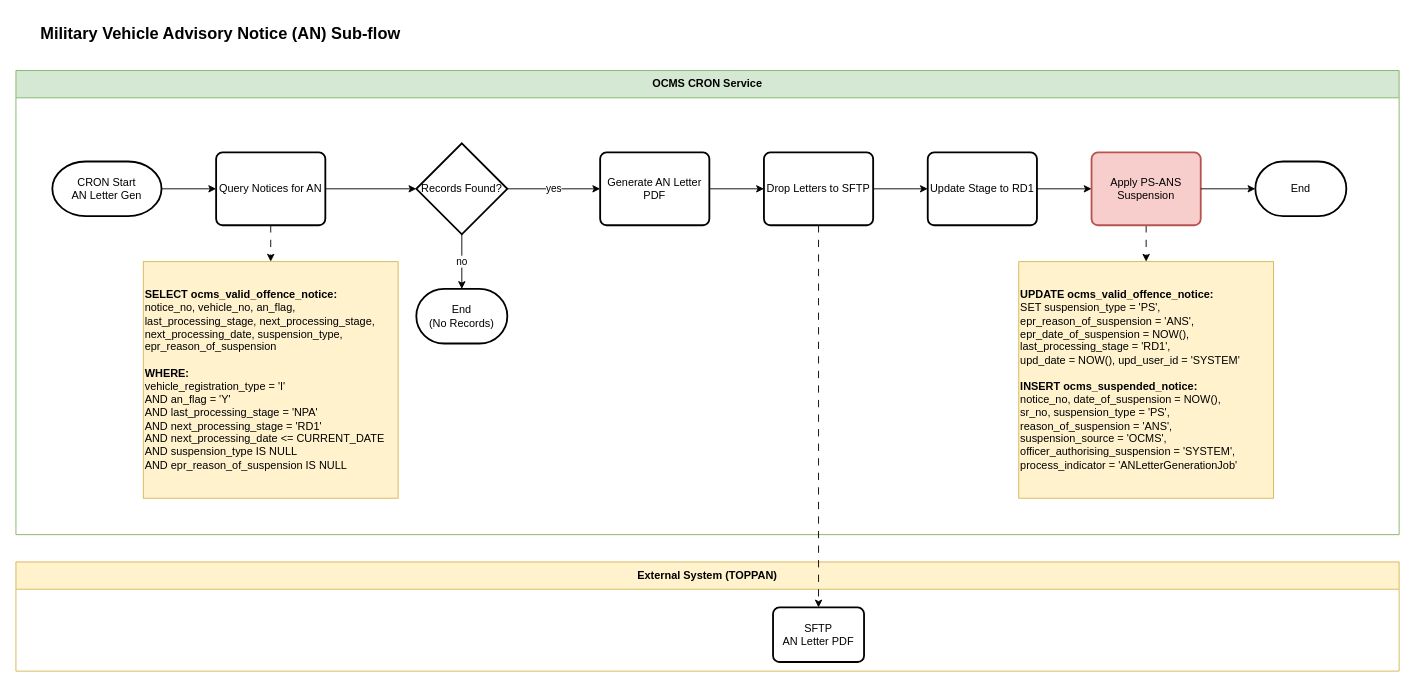
Before: page "4.4 AN Sub-flow" (3 of 5) of OCMS 14/Section 4/OCMS14-Technical_Flowchart_Section_4.drawio in rafifmgg/techdoc, a draw.io diagram. Source tidied: cells renumbered, new cells numbered last; positions are measured from the earlier drawing's top-left corner, leaving out a move shared by most shapes. Both pictures are drawn from the tidied source at 91%, with x=0, y=0 at pixel (15, 15).
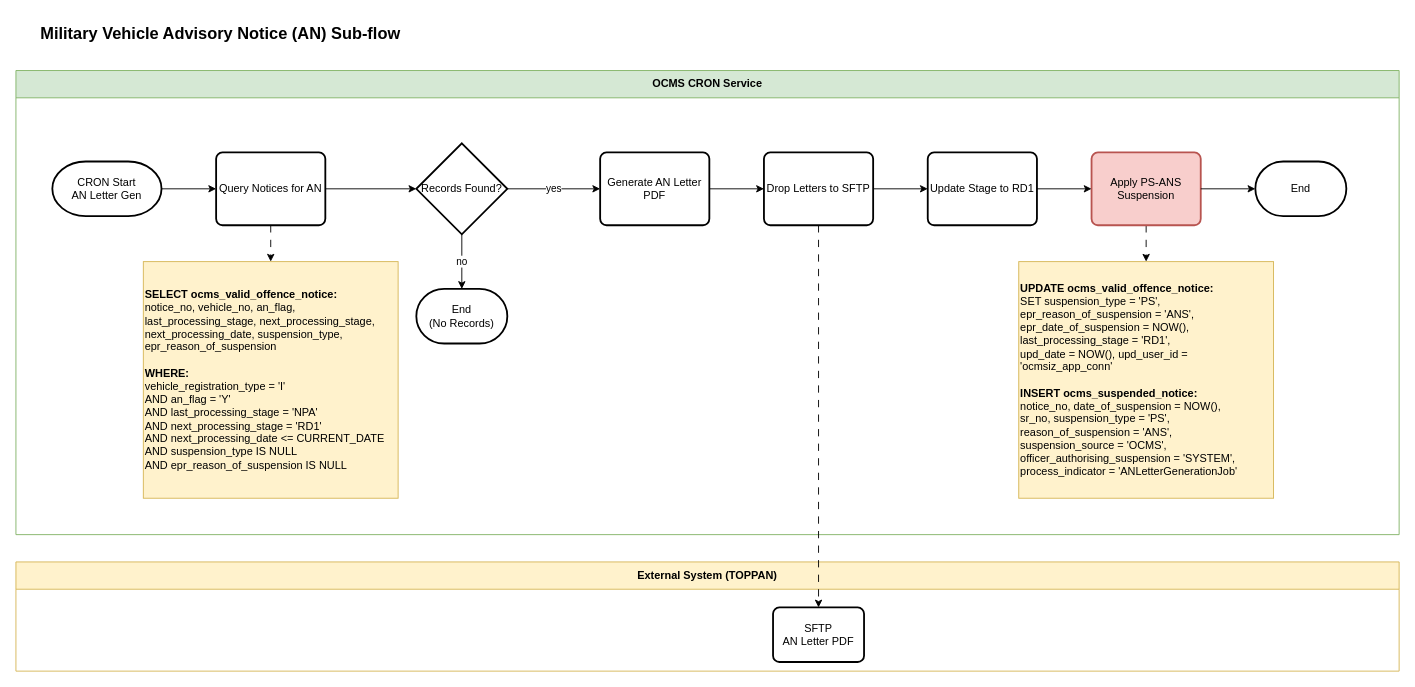
The same diagram, later.

The change refers to these unchanged cells:
```xml
<mxCell id="3" value="OCMS CRON Service" style="swimlane;whiteSpace=wrap;html=1;fillColor=#d5e8d4;strokeColor=#82b366;startSize=30;" parent="1" vertex="1">
  <mxGeometry y="60" width="1520" height="510" as="geometry" />
</mxCell>
```

What changed in the source:
```diff
@@
-    <mxCell id="24" value="&lt;b&gt;UPDATE ocms_valid_offence_notice:&lt;/b&gt;&lt;br&gt;SET suspension_type = 'PS',&lt;br&gt;    epr_reason_of_suspension = 'ANS',&lt;br&gt;    epr_date_of_suspension = NOW(),&lt;br&gt;    last_processing_stage = 'RD1',&lt;br&gt;    upd_date = NOW(), upd_user_id = 'SYSTEM'&lt;br&gt;&lt;br&gt;&lt;b&gt;INSERT ocms_suspended_notice:&lt;/b&gt;&lt;br&gt;notice_no, date_of_suspension = NOW(),&lt;br&gt;sr_no, suspension_type = 'PS',&lt;br&gt;reason_of_suspension = 'ANS',&lt;br&gt;suspension_source = 'OCMS',&lt;br&gt;officer_authorising_suspension = 'SYSTEM',&lt;br&gt;process_indicator = 'ANLetterGenerationJob'" style="text;html=1;whiteSpace=wrap;strokeColor=#d6b656;fillColor=#fff2cc;align=left;verticalAlign=middle;rounded=0;" parent="3" vertex="1">
+    <mxCell id="24" value="&lt;b&gt;UPDATE ocms_valid_offence_notice:&lt;/b&gt;&lt;br&gt;SET suspension_type = 'PS',&lt;br&gt;    epr_reason_of_suspension = 'ANS',&lt;br&gt;    epr_date_of_suspension = NOW(),&lt;br&gt;    last_processing_stage = 'RD1',&lt;br&gt;    upd_date = NOW(), upd_user_id = 'ocmsiz_app_conn'&lt;br&gt;&lt;br&gt;&lt;b&gt;INSERT ocms_suspended_notice:&lt;/b&gt;&lt;br&gt;notice_no, date_of_suspension = NOW(),&lt;br&gt;sr_no, suspension_type = 'PS',&lt;br&gt;reason_of_suspension = 'ANS',&lt;br&gt;suspension_source = 'OCMS',&lt;br&gt;officer_authorising_suspension = 'SYSTEM',&lt;br&gt;process_indicator = 'ANLetterGenerationJob'" style="text;html=1;whiteSpace=wrap;strokeColor=#d6b656;fillColor=#fff2cc;align=left;verticalAlign=middle;rounded=0;" parent="3" vertex="1">
       <mxGeometry x="1102" y="210" width="280" height="260" as="geometry" />
     </mxCell>
```
